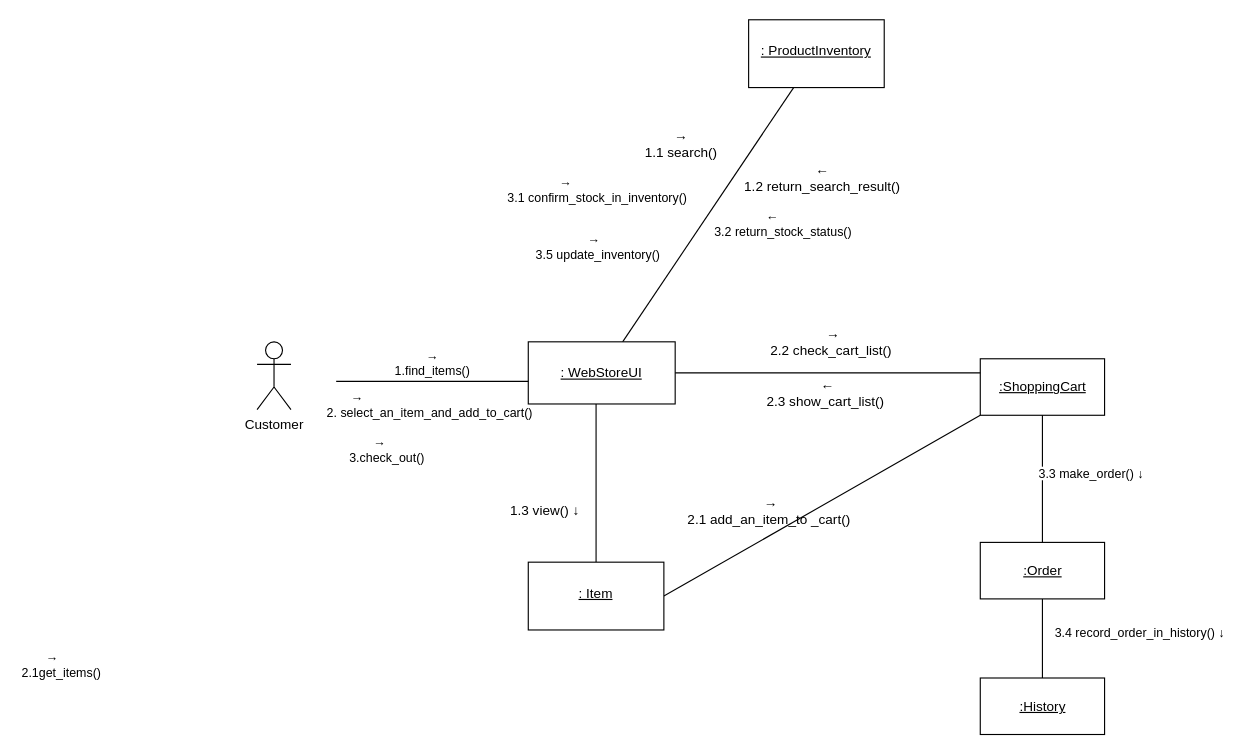
This is page "第 2 页" (2 of 2) of sequence_chart.drawio from bincute/iAmReadingBook, a draw.io file, before an edit. Source tidied: cells renumbered, new cells numbered last; positions are measured from the earlier drawing's top-left corner, leaving out a move shared by most shapes. Both pictures are drawn from the tidied source at 113%, with x=0, y=0 at pixel (19, 19).
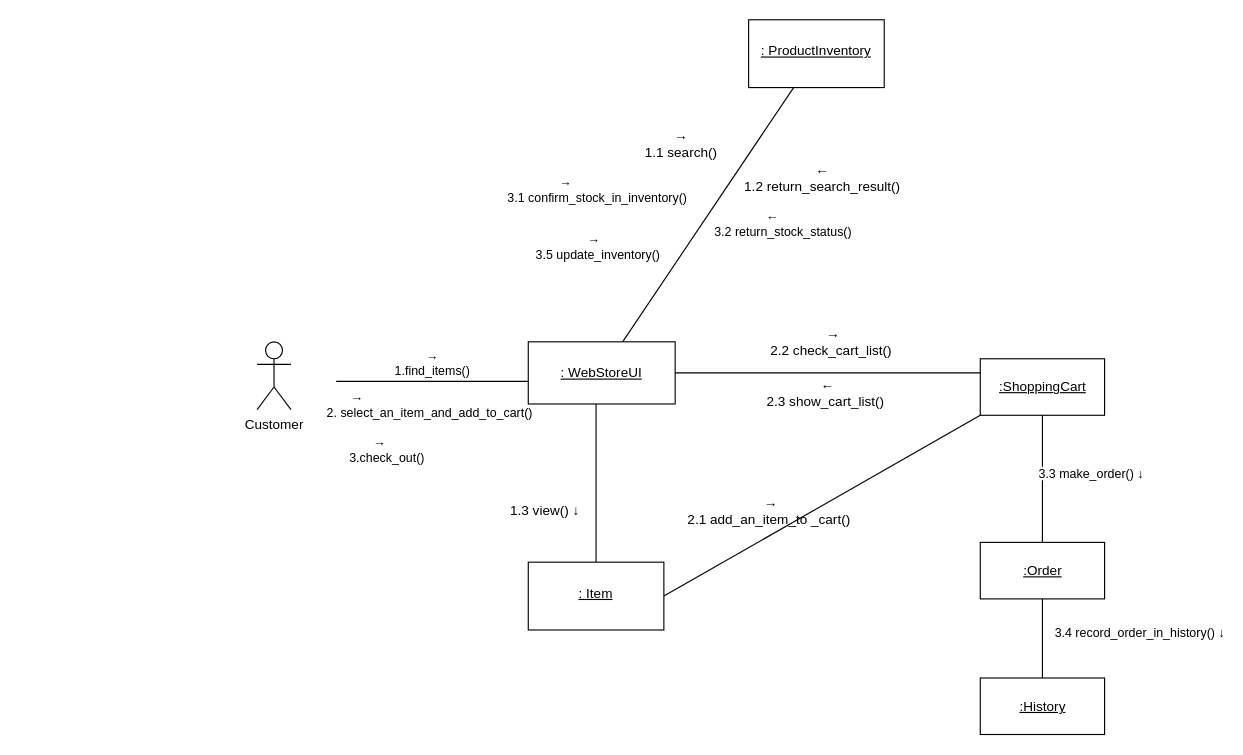
The same diagram, later.

What changed in the source:
```diff
@@
-    <mxCell id="18" value="&lt;span style=&quot;color: rgb(0, 0, 0); font-family: Helvetica; font-size: 11px; font-style: normal; font-variant-ligatures: normal; font-variant-caps: normal; font-weight: 400; letter-spacing: normal; orphans: 2; text-align: center; text-indent: 0px; text-transform: none; widows: 2; word-spacing: 0px; -webkit-text-stroke-width: 0px; background-color: rgb(255, 255, 255); text-decoration-thickness: initial; text-decoration-style: initial; text-decoration-color: initial; float: none; display: inline !important;&quot;&gt;&amp;nbsp; &amp;nbsp; &amp;nbsp; &amp;nbsp;→&lt;/span&gt;&lt;br style=&quot;color: rgb(0, 0, 0); font-family: Helvetica; font-size: 11px; font-style: normal; font-variant-ligatures: normal; font-variant-caps: normal; font-weight: 400; letter-spacing: normal; orphans: 2; text-align: center; text-indent: 0px; text-transform: none; widows: 2; word-spacing: 0px; -webkit-text-stroke-width: 0px; text-decoration-thickness: initial; text-decoration-style: initial; text-decoration-color: initial;&quot;&gt;&lt;span style=&quot;color: rgb(0, 0, 0); font-family: Helvetica; font-size: 11px; font-style: normal; font-variant-ligatures: normal; font-variant-caps: normal; font-weight: 400; letter-spacing: normal; orphans: 2; text-align: center; text-indent: 0px; text-transform: none; widows: 2; word-spacing: 0px; -webkit-text-stroke-width: 0px; background-color: rgb(255, 255, 255); text-decoration-thickness: initial; text-decoration-style: initial; text-decoration-color: initial; float: none; display: inline !important;&quot;&gt;2.1get_items()&amp;nbsp;&lt;/span&gt;" style="text;whiteSpace=wrap;html=1;" parent="1" vertex="1">
-      <mxGeometry y="550" width="90" height="50" as="geometry" />
-    </mxCell>
```
